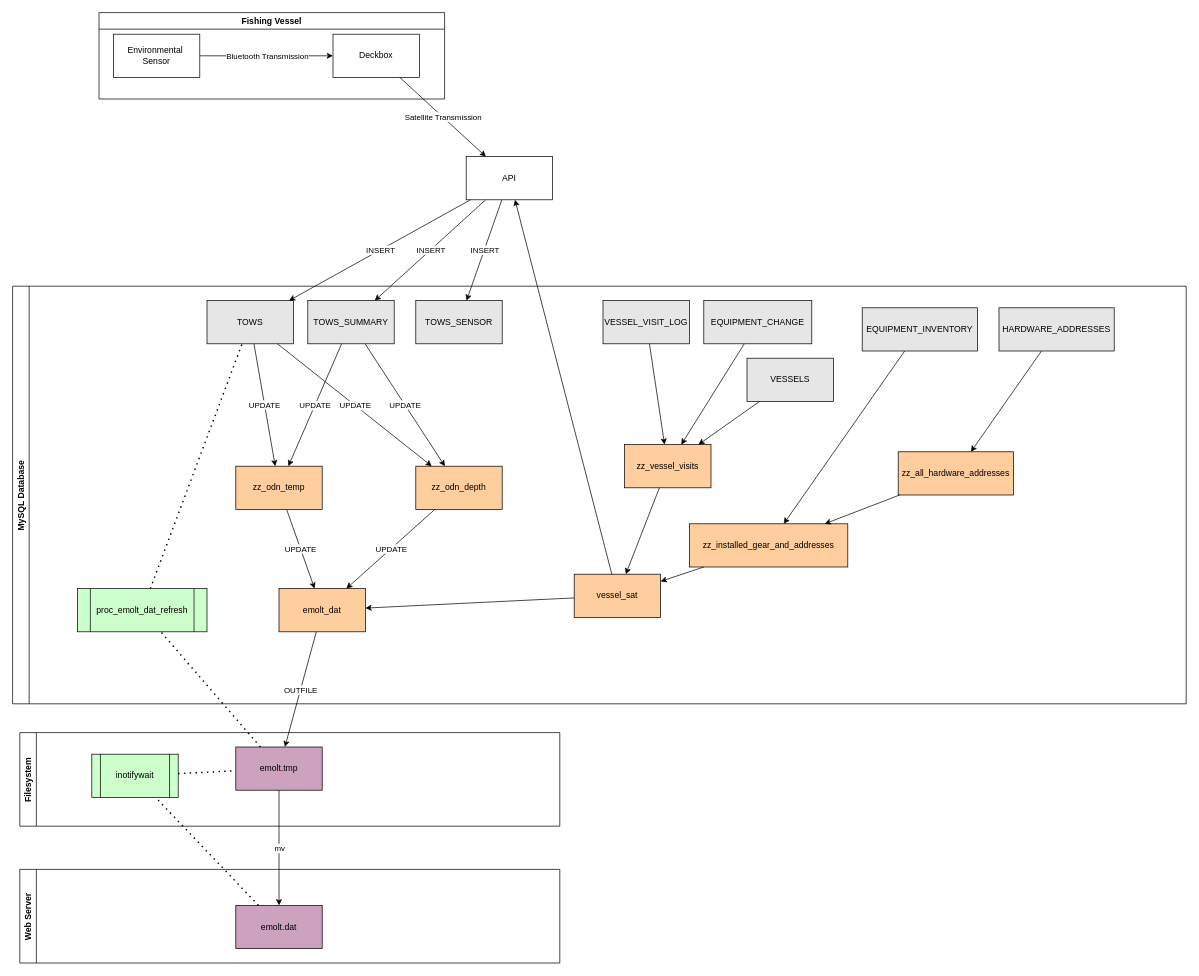
This is emolt_dat_process.drawio from GMaynard1/emolt_serverside, a draw.io file, before an edit. Source tidied: cells renumbered, new cells numbered last; positions are measured from the earlier drawing's top-left corner, leaving out a move shared by most shapes. Both pictures are drawn from the tidied source at 72%, with x=0, y=0 at pixel (12, 12).
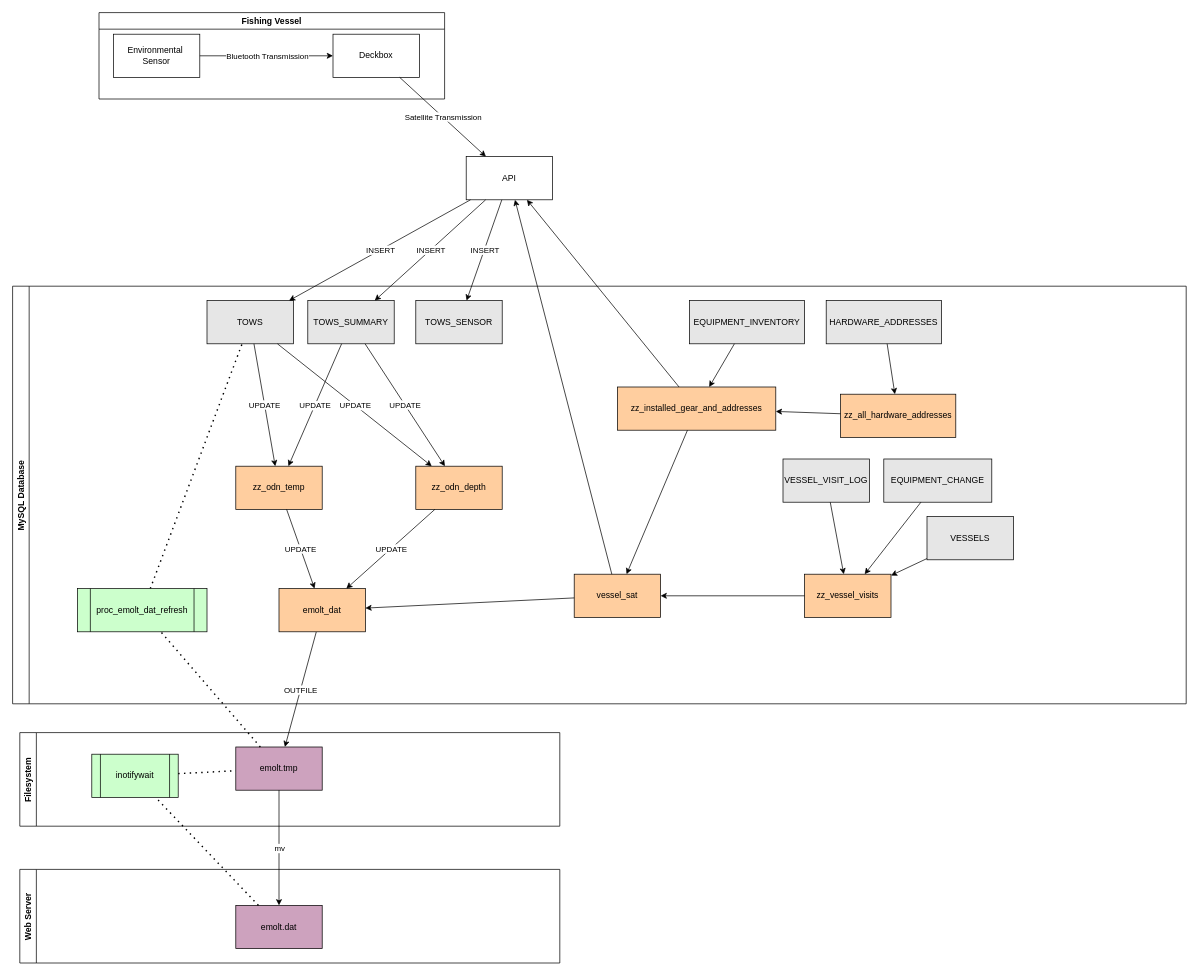
Above is the later version.

Unchanged cells that the change refers to:
```xml
<mxCell id="7" value="API" style="rounded=0;whiteSpace=wrap;html=1;" parent="1" vertex="1">
  <mxGeometry x="630" y="200" width="120" height="60" as="geometry" />
</mxCell>
<mxCell id="30" value="MySQL Database" style="swimlane;horizontal=0;" parent="1" vertex="1">
  <mxGeometry y="380" width="1630" height="580" as="geometry" />
</mxCell>
```

The edit, as a diff of the source:
```diff
@@
     <mxCell id="41" value="zz_vessel_visits" style="rounded=0;whiteSpace=wrap;html=1;strokeColor=#000000;fillColor=#FFCE9F;" parent="30" vertex="1">
-      <mxGeometry x="850" y="220" width="120" height="60" as="geometry" />
+      <mxGeometry x="1100" y="400" width="120" height="60" as="geometry" />
     </mxCell>
     <mxCell id="42" value="zz_installed_gear_and_addresses" style="rounded=0;whiteSpace=wrap;html=1;strokeColor=#000000;fillColor=#FFCE9F;" parent="30" vertex="1">
-      <mxGeometry x="940" y="330" width="220" height="60" as="geometry" />
+      <mxGeometry x="840" y="140" width="220" height="60" as="geometry" />
     </mxCell>
@@
     <mxCell id="45" value="VESSEL_VISIT_LOG" style="rounded=0;whiteSpace=wrap;html=1;strokeColor=#000000;fillColor=#E6E6E6;" parent="30" vertex="1">
-      <mxGeometry x="820" y="20" width="120" height="60" as="geometry" />
+      <mxGeometry x="1070" y="240" width="120" height="60" as="geometry" />
     </mxCell>
     <mxCell id="46" value="VESSELS" style="rounded=0;whiteSpace=wrap;html=1;strokeColor=#000000;fillColor=#E6E6E6;" parent="30" vertex="1">
-      <mxGeometry x="1020" y="100" width="120" height="60" as="geometry" />
+      <mxGeometry x="1270" y="320" width="120" height="60" as="geometry" />
     </mxCell>
     <mxCell id="47" value="EQUIPMENT_CHANGE" style="rounded=0;whiteSpace=wrap;html=1;strokeColor=#000000;fillColor=#E6E6E6;" parent="30" vertex="1">
-      <mxGeometry x="960" y="20" width="150" height="60" as="geometry" />
+      <mxGeometry x="1210" y="240" width="150" height="60" as="geometry" />
     </mxCell>
@@
     <mxCell id="51" value="zz_all_hardware_addresses" style="rounded=0;whiteSpace=wrap;html=1;strokeColor=#000000;fillColor=#FFCE9F;" parent="30" vertex="1">
-      <mxGeometry x="1230" y="230" width="160" height="60" as="geometry" />
+      <mxGeometry x="1150" y="150" width="160" height="60" as="geometry" />
     </mxCell>
     <mxCell id="52" value="HARDWARE_ADDRESSES" style="rounded=0;whiteSpace=wrap;html=1;strokeColor=#000000;fillColor=#E6E6E6;" parent="30" vertex="1">
-      <mxGeometry x="1370" y="30" width="160" height="60" as="geometry" />
+      <mxGeometry x="1130" y="20" width="160" height="60" as="geometry" />
     </mxCell>
@@
+    <mxCell id="65" value="EQUIPMENT_INVENTORY" style="rounded=0;whiteSpace=wrap;html=1;strokeColor=#000000;fillColor=#E6E6E6;" parent="30" vertex="1">
+      <mxGeometry x="940" y="20" width="160" height="60" as="geometry" />
+    </mxCell>
+    <mxCell id="66" style="endArrow=classic;html=1;rounded=0;" parent="30" edge="1" source="65" target="42">
+      <mxGeometry relative="1" as="geometry" />
+    </mxCell>
@@
-    <mxCell id="65" value="EQUIPMENT_INVENTORY" style="rounded=0;whiteSpace=wrap;html=1;strokeColor=#000000;fillColor=#E6E6E6;" parent="1" vertex="1">
-      <mxGeometry x="1180" y="410" width="160" height="60" as="geometry" />
-    </mxCell>
-    <mxCell id="66" style="endArrow=classic;html=1;rounded=0;" parent="1" edge="1" source="65" target="42">
-      <mxGeometry relative="1" as="geometry" />
-    </mxCell>
@@
+    <mxCell id="68" style="endArrow=classic;html=1;rounded=0;" parent="1" edge="1" source="42" target="7">
+      <mxGeometry relative="1" as="geometry" />
+    </mxCell>
```
